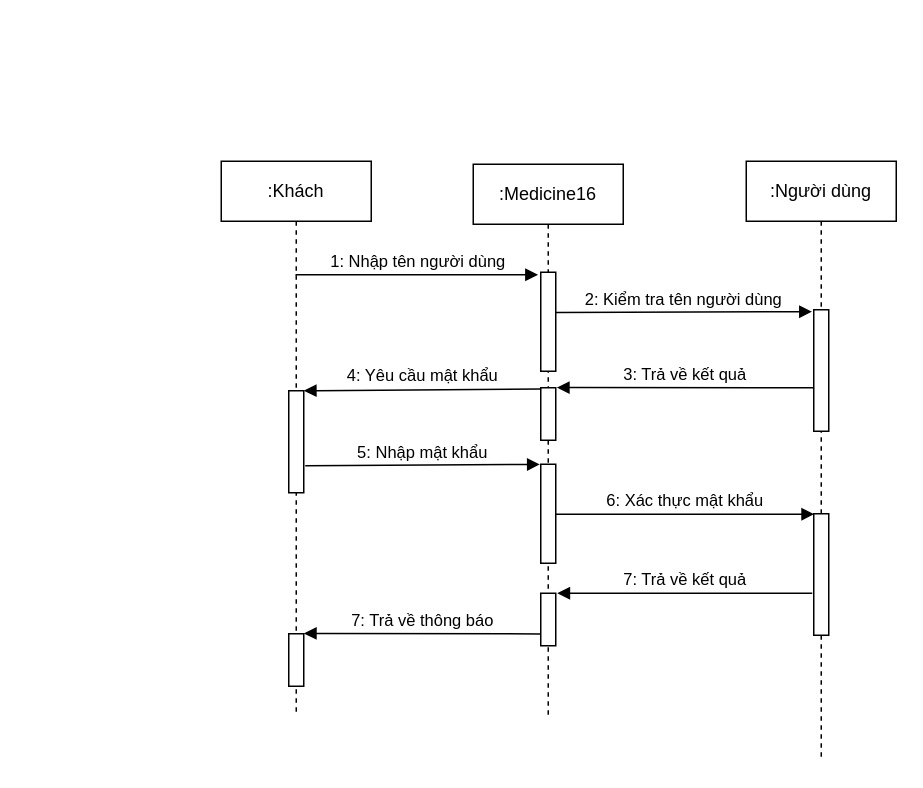
This is page "Sequence" (1 of 4) of designs/luc.drawio from luclegen/medicine16, a draw.io file, before an edit. Source tidied: cells renumbered, new cells numbered last; positions are measured from the earlier drawing's top-left corner, leaving out a move shared by most shapes. Both pictures are drawn from the tidied source at 150%, with x=0, y=0 at pixel (220, 160).
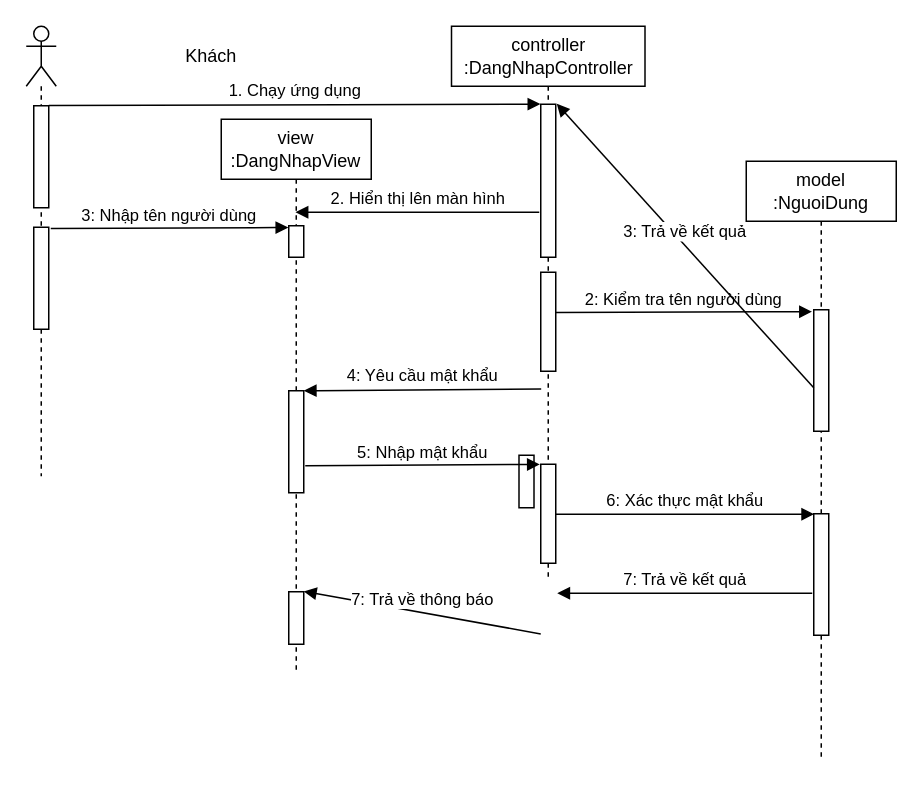
The same page after the edit.

Commit message:
Update Đăng nhập

Change to the diagram source:
```diff
@@
-    <mxCell id="2" value=":Khách" style="shape=umlLifeline;perimeter=lifelinePerimeter;whiteSpace=wrap;html=1;outlineConnect=0;" parent="1" vertex="1">
-      <mxGeometry width="100" height="370" as="geometry" />
+    <mxCell id="2" value="view&lt;br&gt;:DangNhapView" style="shape=umlLifeline;perimeter=lifelinePerimeter;whiteSpace=wrap;html=1;outlineConnect=0;" parent="1" vertex="1">
+      <mxGeometry y="-28" width="100" height="370" as="geometry" />
     </mxCell>
@@
-    <mxCell id="4" value=":Medicine16" style="shape=umlLifeline;perimeter=lifelinePerimeter;whiteSpace=wrap;html=1;" parent="1" vertex="1">
-      <mxGeometry x="168" y="2" width="100" height="370" as="geometry" />
+    <mxCell id="4" value="controller&lt;br&gt;:DangNhapController" style="shape=umlLifeline;perimeter=lifelinePerimeter;whiteSpace=wrap;html=1;" parent="1" vertex="1">
+      <mxGeometry x="153.5" y="-90" width="129" height="370" as="geometry" />
     </mxCell>
     <mxCell id="5" style="html=1;points=[];perimeter=orthogonalPerimeter;" parent="4" vertex="1">
-      <mxGeometry x="45" y="149" width="10" height="35" as="geometry" />
+      <mxGeometry x="59.5" y="52" width="10" height="102" as="geometry" />
     </mxCell>
@@
-    <mxCell id="7" value=":Người dùng" style="shape=umlLifeline;perimeter=lifelinePerimeter;whiteSpace=wrap;html=1;" parent="1" vertex="1">
+    <mxCell id="7" value="model&lt;br&gt;:NguoiDung" style="shape=umlLifeline;perimeter=lifelinePerimeter;whiteSpace=wrap;html=1;" parent="1" vertex="1">
       <mxGeometry x="350" width="100" height="400" as="geometry" />
     </mxCell>
@@
-    <mxCell id="10" value="1: Nhập tên người dùng" style="html=1;verticalAlign=bottom;endArrow=block;entryX=-0.182;entryY=-0.004;entryDx=0;entryDy=0;entryPerimeter=0;" parent="1" edge="1">
-      <mxGeometry relative="1" as="geometry">
-        <mxPoint x="49.5" y="75.7" as="sourcePoint" />
-        <mxPoint x="211.2" y="75.7" as="targetPoint" />
-      </mxGeometry>
+    <mxCell id="10" value="3: Nhập tên người dùng" style="html=1;verticalAlign=bottom;endArrow=block;entryX=-0.026;entryY=0.057;entryDx=0;entryDy=0;entryPerimeter=0;exitX=1.135;exitY=0.012;exitDx=0;exitDy=0;exitPerimeter=0;" parent="1" edge="1" source="23" target="27">
+      <mxGeometry relative="1" as="geometry" />
     </mxCell>
@@
+    <mxCell id="21" style="shape=umlLifeline;participant=umlActor;perimeter=lifelinePerimeter;whiteSpace=wrap;html=1;verticalAlign=top;spacingTop=36;" parent="1" vertex="1">
+      <mxGeometry x="-130" y="-90" width="20" height="300" as="geometry" />
+    </mxCell>
+    <mxCell id="22" style="html=1;points=[];perimeter=orthogonalPerimeter;" parent="21" vertex="1">
+      <mxGeometry x="5" y="53" width="10" height="68" as="geometry" />
+    </mxCell>
+    <mxCell id="23" style="html=1;points=[];perimeter=orthogonalPerimeter;" parent="21" vertex="1">
+      <mxGeometry x="5" y="134" width="10" height="68" as="geometry" />
+    </mxCell>
+    <mxCell id="24" value="Khách" style="text;html=1;align=center;verticalAlign=middle;strokeColor=none;fillColor=#FFFFFF;" parent="1" vertex="1">
+      <mxGeometry x="-29" y="-79" width="44" height="18" as="geometry" />
+    </mxCell>
+    <mxCell id="25" value="1. Chạy ứng dụng" style="html=1;verticalAlign=bottom;endArrow=block;exitX=1.002;exitY=-0.002;exitDx=0;exitDy=0;exitPerimeter=0;entryX=-0.021;entryY=-0.001;entryDx=0;entryDy=0;entryPerimeter=0;" parent="1" edge="1" source="22" target="5">
+      <mxGeometry relative="1" as="geometry" />
+    </mxCell>
+    <mxCell id="26" value="2. Hiển thị lên màn hình" style="html=1;verticalAlign=bottom;endArrow=block;" parent="1" edge="1" target="2">
+      <mxGeometry relative="1" as="geometry">
+        <mxPoint x="212" y="34" as="sourcePoint" />
+      </mxGeometry>
+    </mxCell>
+    <mxCell id="27" style="html=1;points=[];perimeter=orthogonalPerimeter;" parent="1" vertex="1">
+      <mxGeometry x="45" y="43" width="10" height="21" as="geometry" />
+    </mxCell>
```
